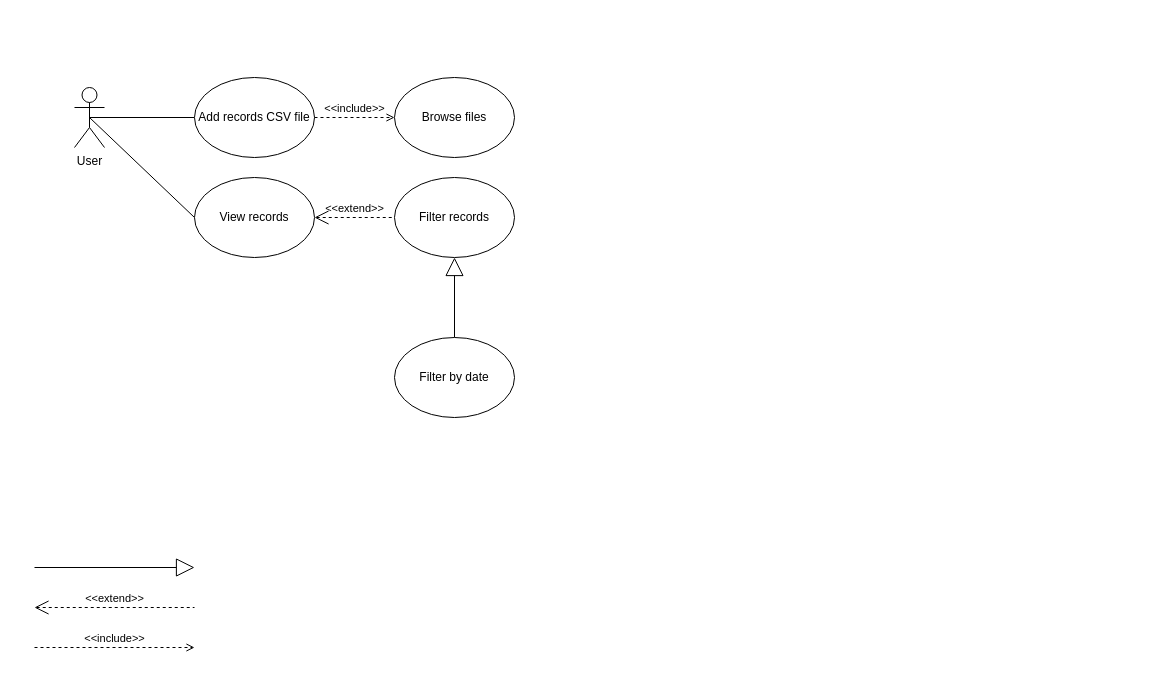
petr-plihal/finance-tracker-trafi keeps this draw.io diagram as page "use_case" (1 of 2) of docs/diagrams.drawio. Above is the earlier version. Source tidied: cells renumbered, new cells numbered last; positions are measured from the earlier drawing's top-left corner, leaving out a move shared by most shapes. Both pictures are drawn from the tidied source at 100%, with x=0, y=0 at pixel (34, 77).
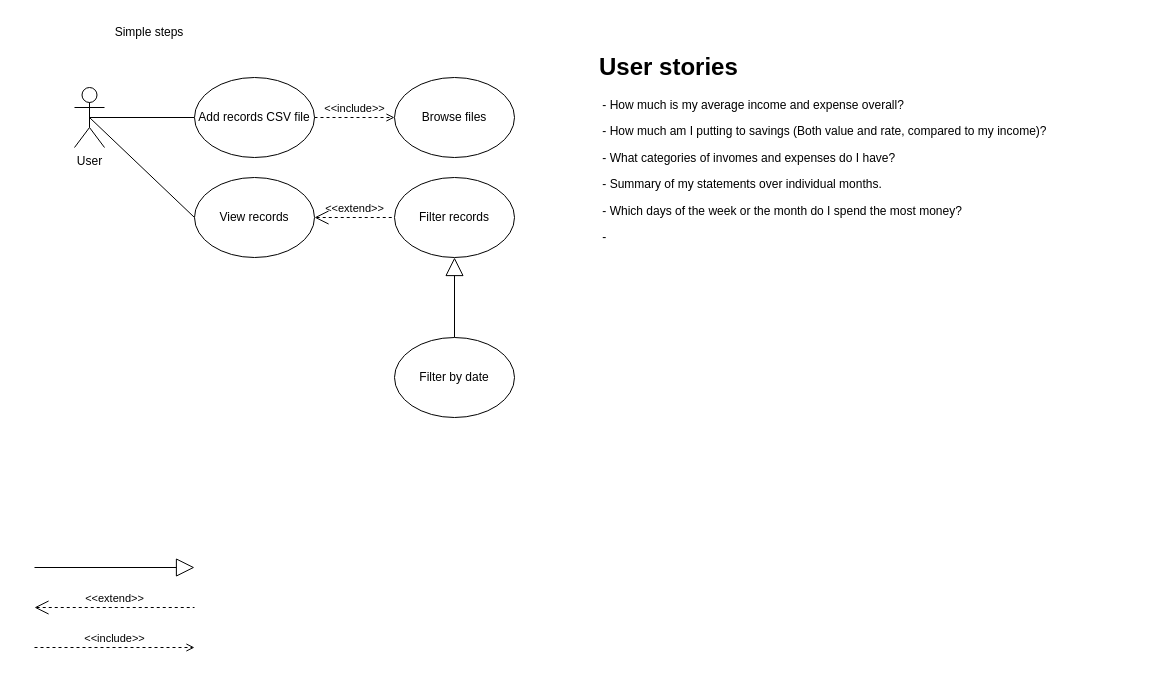
Above is the later version.

Commit message:
docs: notes for user stories added to use-case diagram

Diff of the diagram source:
```diff
@@
+    <mxCell id="16" value="Simple steps" style="text;html=1;strokeColor=none;fillColor=none;align=center;verticalAlign=middle;whiteSpace=wrap;rounded=0;" parent="1" vertex="1">
+      <mxGeometry x="40" y="-60" width="150" height="30" as="geometry" />
+    </mxCell>
+    <mxCell id="17" value="&lt;h1&gt;User stories&lt;/h1&gt;&lt;p&gt;&amp;nbsp;- How much is my average income and expense overall?&lt;/p&gt;&lt;p&gt;&amp;nbsp;- How much am I putting to savings (Both value and rate, compared to my income)?&lt;/p&gt;&lt;p&gt;&amp;nbsp;- What categories of invomes and expenses do I have?&lt;/p&gt;&lt;p&gt;&amp;nbsp;- Summary of my statements over individual months.&lt;/p&gt;&lt;p&gt;&amp;nbsp;- Which days of the week or the month do I spend the most money?&lt;/p&gt;&lt;p&gt;&amp;nbsp;-&amp;nbsp;&lt;/p&gt;" style="text;html=1;strokeColor=none;fillColor=none;spacing=5;spacingTop=-20;whiteSpace=wrap;overflow=hidden;rounded=0;" parent="1" vertex="1">
+      <mxGeometry x="560" y="-30" width="540" height="350" as="geometry" />
+    </mxCell>
```
